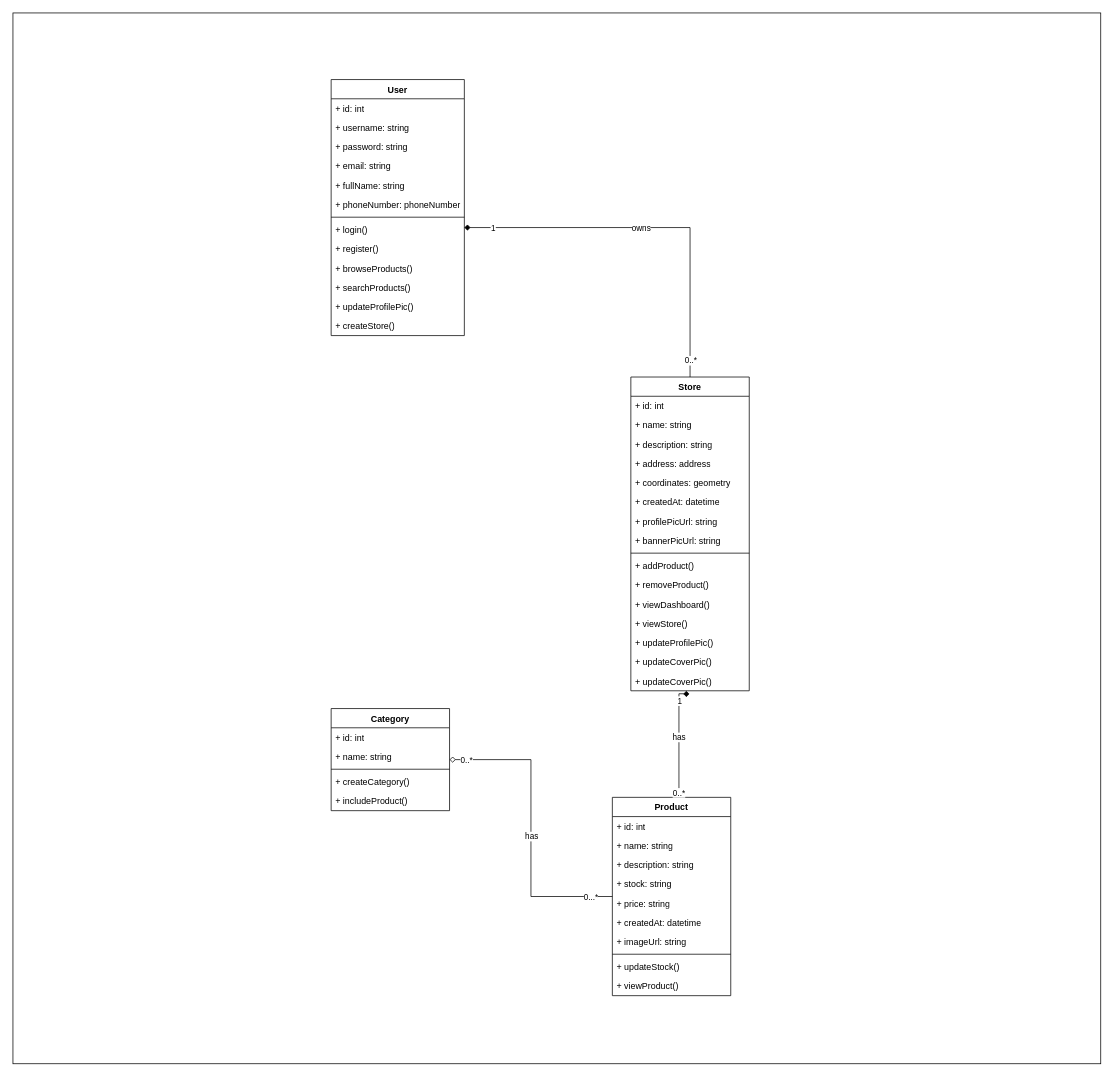
Earlier version of the draw.io diagram page "Class Diagram (Store)" (3 of 4) of diagrams/e-commerce-class-diagram.drawio (RHILIUS/E-Commerce-Docs). Source tidied: cells renumbered, new cells numbered last; positions are measured from the earlier drawing's top-left corner, leaving out a move shared by most shapes. Both pictures are drawn from the tidied source at 74%, with x=0, y=0 at pixel (13, 13).
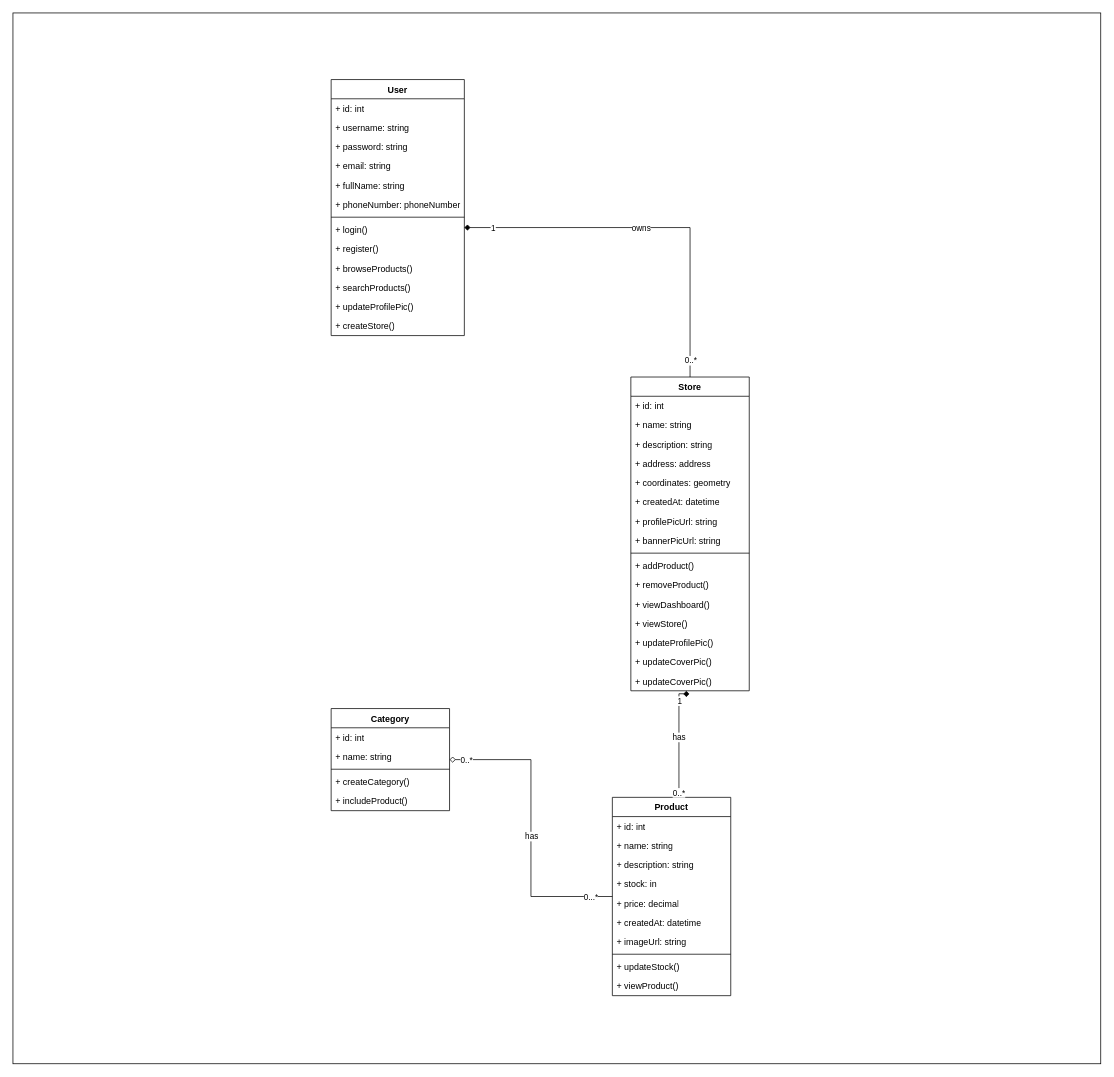
After the change.

Commit message (it also covers changes not shown here):
feat(class-diagram): correct stock and price type of a product

Unchanged cells that the change refers to:
```xml
<mxCell id="24" value="Product" style="swimlane;fontStyle=1;align=center;verticalAlign=top;horizontal=1;startSize=26;whiteSpace=wrap;html=1;" parent="1" vertex="1">
  <mxGeometry x="810" y="1060" width="160" height="268" as="geometry" />
</mxCell>
```

The edit, as a diff of the source:
```diff
@@
-    <mxCell id="28" value="+ stock: string" style="text;strokeColor=none;fillColor=none;align=left;verticalAlign=top;spacingLeft=4;spacingRight=4;overflow=hidden;whiteSpace=wrap;html=1;" parent="24" vertex="1">
+    <mxCell id="28" value="+ stock: in&lt;span style=&quot;white-space: pre;&quot;&gt;&#9;&lt;/span&gt;" style="text;strokeColor=none;fillColor=none;align=left;verticalAlign=top;spacingLeft=4;spacingRight=4;overflow=hidden;whiteSpace=wrap;html=1;" parent="24" vertex="1">
       <mxGeometry y="104" width="160" height="26" as="geometry" />
     </mxCell>
-    <mxCell id="29" value="+ price: string" style="text;strokeColor=none;fillColor=none;align=left;verticalAlign=top;spacingLeft=4;spacingRight=4;overflow=hidden;whiteSpace=wrap;html=1;" parent="24" vertex="1">
+    <mxCell id="29" value="+ price: decimal" style="text;strokeColor=none;fillColor=none;align=left;verticalAlign=top;spacingLeft=4;spacingRight=4;overflow=hidden;whiteSpace=wrap;html=1;" parent="24" vertex="1">
       <mxGeometry y="130" width="160" height="26" as="geometry" />
     </mxCell>
```
